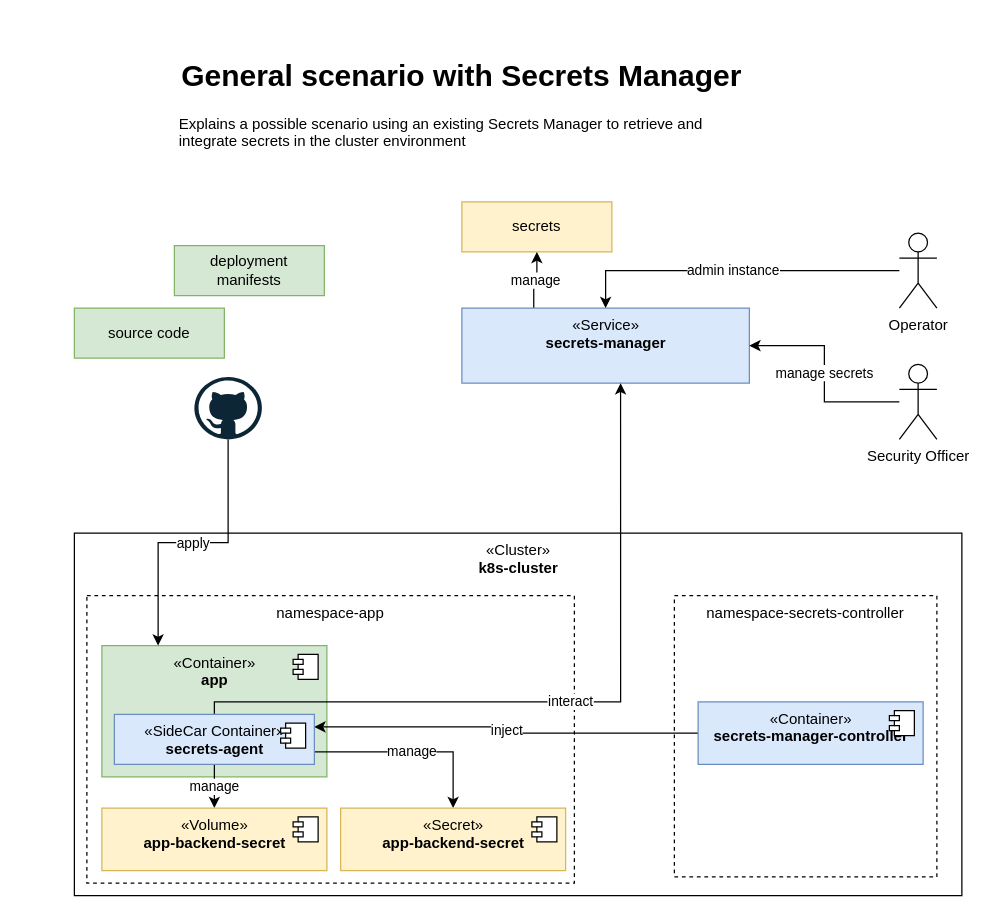
ocp-universe/kubernetes-secrets-101 keeps this draw.io diagram as page "Scenario_ToBe" (4 of 8) of static/kubernetes-secrets-101.drawio. Above is the earlier version. Source tidied: cells renumbered, new cells numbered last; positions are measured from the earlier drawing's top-left corner, leaving out a move shared by most shapes. Both pictures are drawn from the tidied source at 125%, with x=0, y=0 at pixel (74, 51).
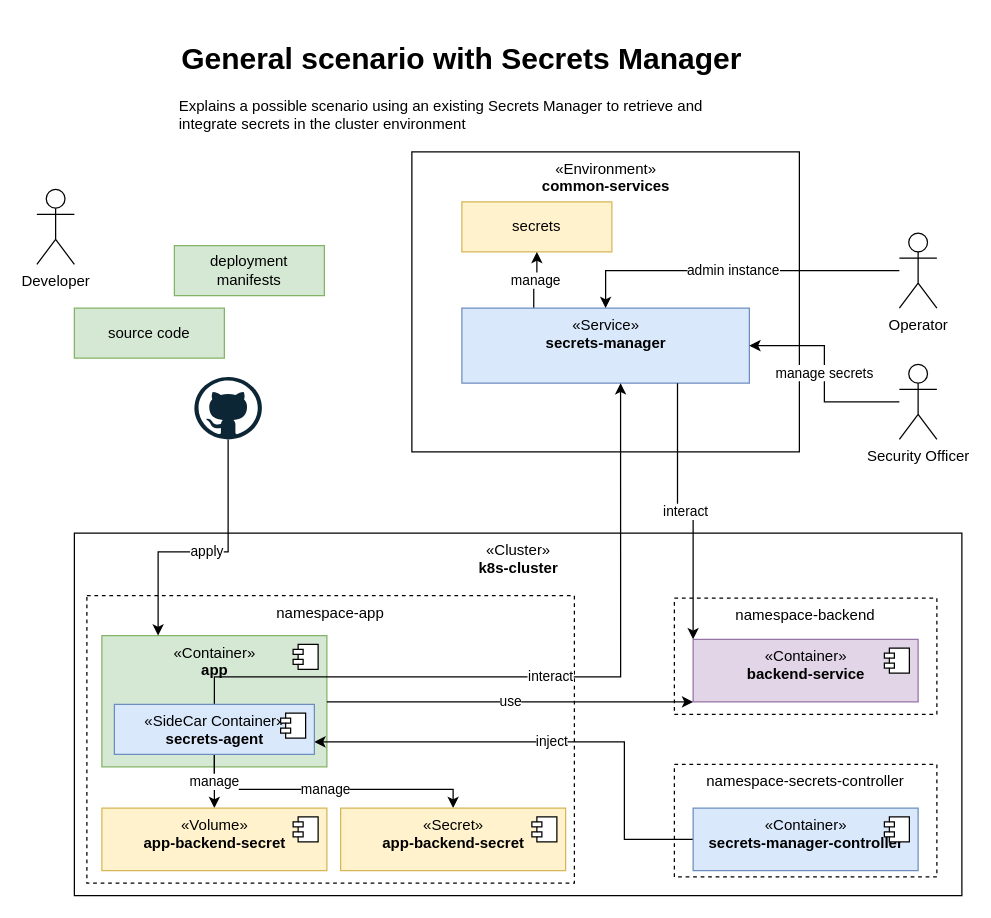
The same diagram, later.

The change refers to these unchanged cells:
```xml
<mxCell id="9" value="«Secret»&lt;br&gt;&lt;b&gt;app-backend-secret&lt;/b&gt;" style="html=1;align=center;verticalAlign=top;fillColor=#fff2cc;strokeColor=#d6b656;" parent="1" vertex="1">
  <mxGeometry x="213" y="605" width="180" height="50" as="geometry" />
</mxCell>
<mxCell id="16" style="dashed=0;outlineConnect=0;html=1;align=center;labelPosition=center;verticalLabelPosition=bottom;verticalAlign=top;shape=mxgraph.weblogos.github;" parent="1" vertex="1">
  <mxGeometry x="96" y="260" width="54" height="50" as="geometry" />
</mxCell>
<mxCell id="21" value="«Service»&lt;br&gt;&lt;b&gt;secrets-manager&lt;/b&gt;" style="html=1;verticalAlign=top;align=center;fillColor=#dae8fc;strokeColor=#6c8ebf;" parent="1" vertex="1">
  <mxGeometry x="310" y="205" width="230" height="60" as="geometry" />
</mxCell>
```

The edit, as a diff of the source:
```diff
@@
+    <mxCell id="31" value="«Environment»&lt;br&gt;&lt;b&gt;common-services&lt;/b&gt;" style="html=1;verticalAlign=top;align=center;" parent="1" vertex="1">
+      <mxGeometry x="270" y="80" width="310" height="240" as="geometry" />
+    </mxCell>
@@
     <mxCell id="3" value="namespace-secrets-controller" style="rounded=0;whiteSpace=wrap;html=1;verticalAlign=top;dashed=1;" parent="1" vertex="1">
-      <mxGeometry x="480" y="435" width="210" height="225" as="geometry" />
+      <mxGeometry x="480" y="570" width="210" height="90" as="geometry" />
     </mxCell>
@@
     <mxCell id="5" value="«Container»&lt;br&gt;&lt;b&gt;app&lt;/b&gt;" style="html=1;align=center;verticalAlign=top;fillColor=#d5e8d4;strokeColor=#82b366;" parent="1" vertex="1">
-      <mxGeometry x="22" y="475" width="180" height="105" as="geometry" />
+      <mxGeometry x="22" y="467" width="180" height="105" as="geometry" />
     </mxCell>
@@
-    <mxCell id="7" value="manage" style="edgeStyle=orthogonalEdgeStyle;rounded=0;jettySize=auto;html=1;entryX=0.5;entryY=0;entryDx=0;entryDy=0;exitX=1;exitY=0.75;exitDx=0;exitDy=0;" parent="1" edge="1" source="27" target="9">
+    <mxCell id="7" value="manage" style="edgeStyle=orthogonalEdgeStyle;rounded=0;jettySize=auto;html=1;entryX=0.5;entryY=0;entryDx=0;entryDy=0;exitX=0.5;exitY=1;exitDx=0;exitDy=0;" parent="1" edge="1" source="27" target="9">
       <mxGeometry relative="1" as="geometry">
         <Array as="points">
-          <mxPoint x="303" y="560" />
+          <mxPoint x="112" y="590" />
+          <mxPoint x="303" y="590" />
         </Array>
       </mxGeometry>
     </mxCell>
@@
     <mxCell id="11" value="&lt;h1&gt;General scenario with Secrets Manager&lt;/h1&gt;&lt;p style=&quot;text-align: left&quot;&gt;Explains a possible scenario using an existing Secrets Manager to retrieve and integrate secrets in the cluster environment&lt;/p&gt;" style="text;html=1;strokeColor=none;fillColor=none;spacing=5;spacingTop=-20;whiteSpace=wrap;overflow=hidden;rounded=0;align=center;verticalAlign=top;" parent="1" vertex="1">
-      <mxGeometry x="80" width="460" height="90" as="geometry" />
+      <mxGeometry x="80" y="-14" width="460" height="90" as="geometry" />
     </mxCell>
-    <mxCell id="12" value="inject" style="edgeStyle=orthogonalEdgeStyle;rounded=0;html=1;entryX=1;entryY=0.25;entryDx=0;entryDy=0;" parent="1" edge="1" source="13" target="27">
-      <mxGeometry relative="1" as="geometry" />
+    <mxCell id="12" value="inject" style="edgeStyle=orthogonalEdgeStyle;rounded=0;html=1;entryX=1;entryY=0.75;entryDx=0;entryDy=0;exitX=0;exitY=0.5;exitDx=0;exitDy=0;" parent="1" edge="1" source="13" target="27">
+      <mxGeometry relative="1" as="geometry">
+        <Array as="points">
+          <mxPoint x="440" y="630" />
+          <mxPoint x="440" y="552" />
+        </Array>
+      </mxGeometry>
     </mxCell>
     <mxCell id="13" value="«Container»&lt;br&gt;&lt;b&gt;secrets-manager-controller&lt;/b&gt;" style="html=1;align=center;verticalAlign=top;fillColor=#dae8fc;strokeColor=#6c8ebf;" parent="1" vertex="1">
-      <mxGeometry x="499" y="520" width="180" height="50" as="geometry" />
+      <mxGeometry x="495" y="605" width="180" height="50" as="geometry" />
     </mxCell>
@@
     <mxCell id="15" value="apply" style="edgeStyle=orthogonalEdgeStyle;rounded=0;html=1;entryX=0.25;entryY=0;entryDx=0;entryDy=0;startArrow=none;startFill=0;endArrow=classic;endFill=1;" parent="1" edge="1" source="16" target="5">
-      <mxGeometry relative="1" as="geometry" />
+      <mxGeometry relative="1" as="geometry">
+        <Array as="points">
+          <mxPoint x="123" y="400" />
+          <mxPoint x="67" y="400" />
+        </Array>
+      </mxGeometry>
     </mxCell>
@@
     <mxCell id="26" value="interact" style="edgeStyle=orthogonalEdgeStyle;rounded=0;html=1;entryX=0.552;entryY=1;entryDx=0;entryDy=0;entryPerimeter=0;exitX=0.5;exitY=0;exitDx=0;exitDy=0;" parent="1" edge="1" source="27" target="21">
       <mxGeometry relative="1" as="geometry">
         <Array as="points">
-          <mxPoint x="112" y="520" />
-          <mxPoint x="437" y="520" />
+          <mxPoint x="112" y="500" />
+          <mxPoint x="437" y="500" />
         </Array>
       </mxGeometry>
     </mxCell>
     <mxCell id="27" value="«SideCar Container»&lt;br&gt;&lt;b&gt;secrets-agent&lt;/b&gt;" style="html=1;align=center;verticalAlign=top;fillColor=#dae8fc;strokeColor=#6c8ebf;" parent="1" vertex="1">
-      <mxGeometry x="32" y="530" width="160" height="40" as="geometry" />
+      <mxGeometry x="32" y="522" width="160" height="40" as="geometry" />
     </mxCell>
@@
+    <mxCell id="32" value="Developer" style="shape=umlActor;verticalLabelPosition=bottom;verticalAlign=top;html=1;" parent="1" vertex="1">
+      <mxGeometry x="-30" y="110" width="30" height="60" as="geometry" />
+    </mxCell>
+    <mxCell id="33" value="namespace-backend" style="rounded=0;whiteSpace=wrap;html=1;verticalAlign=top;dashed=1;" parent="1" vertex="1">
+      <mxGeometry x="480" y="437" width="210" height="93" as="geometry" />
+    </mxCell>
+    <mxCell id="34" value="«Container»&lt;br&gt;&lt;b&gt;backend-service&lt;/b&gt;" style="html=1;align=center;verticalAlign=top;fillColor=#e1d5e7;strokeColor=#9673a6;" parent="1" vertex="1">
+      <mxGeometry x="495" y="470" width="180" height="50" as="geometry" />
+    </mxCell>
+    <mxCell id="35" style="shape=module;jettyWidth=8;jettyHeight=4;" parent="34" vertex="1">
+      <mxGeometry x="1" width="20" height="20" relative="1" as="geometry">
+        <mxPoint x="-27" y="7" as="offset" />
+      </mxGeometry>
+    </mxCell>
+    <mxCell id="36" value="interact" style="edgeStyle=orthogonalEdgeStyle;html=1;entryX=0;entryY=0;entryDx=0;entryDy=0;rounded=0;exitX=0.75;exitY=1;exitDx=0;exitDy=0;" parent="1" edge="1" source="21" target="34">
+      <mxGeometry relative="1" as="geometry" />
+    </mxCell>
+    <mxCell id="37" value="use" style="edgeStyle=orthogonalEdgeStyle;rounded=0;html=1;exitX=1;exitY=0.5;exitDx=0;exitDy=0;" parent="1" edge="1" source="5">
+      <mxGeometry relative="1" as="geometry">
+        <mxPoint x="495" y="520" as="targetPoint" />
+        <Array as="points">
+          <mxPoint x="495" y="520" />
+        </Array>
+      </mxGeometry>
+    </mxCell>
```
